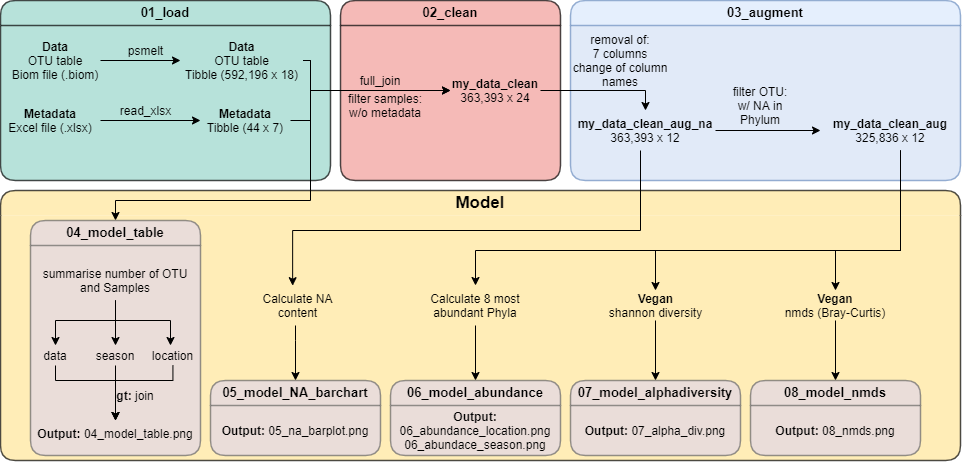
Above: figures/data_flowchart.png in rforbiodatascience21/group_12_project (draw.io), before the change. Source tidied: cells renumbered, new cells last; positions are measured from the earlier drawing's top-left corner, leaving out a move shared by most shapes.
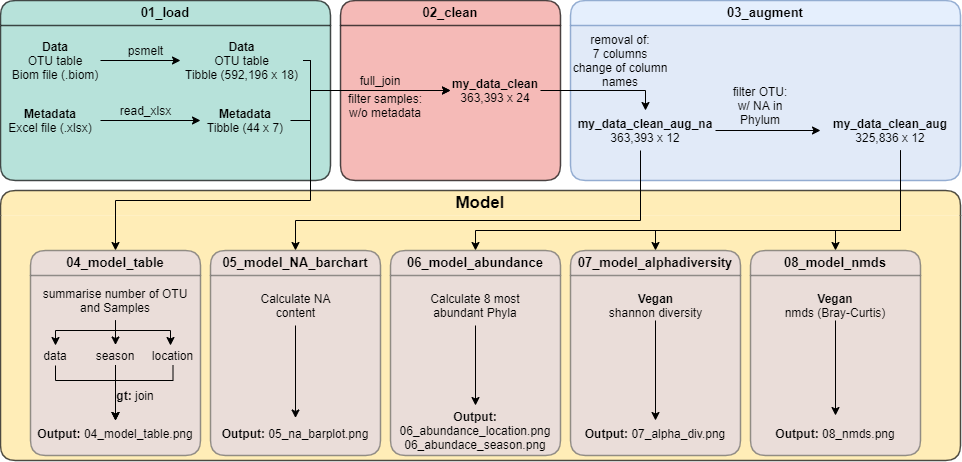
After the commit.

The edit, as a diff of the source:
```diff
@@ -78,11 +78,10 @@
     <mxCell id="21" style="edgeStyle=orthogonalEdgeStyle;rounded=0;jettySize=auto;html=1;exitX=1;exitY=0.5;exitDx=0;exitDy=0;" parent="1" edge="1" source="23" target="28">
       <mxGeometry relative="1" as="geometry" />
     </mxCell>
-    <mxCell id="22" style="edgeStyle=orthogonalEdgeStyle;rounded=0;jettySize=auto;html=1;entryX=0.437;entryY=0.005;entryDx=0;entryDy=0;entryPerimeter=0;" parent="1" edge="1" source="23" target="50">
+    <mxCell id="22" style="edgeStyle=orthogonalEdgeStyle;rounded=0;jettySize=auto;html=1;entryX=0.5;entryY=0;entryDx=0;entryDy=0;" parent="1" edge="1" source="23" target="31">
       <mxGeometry relative="1" as="geometry">
         <Array as="points">
-          <mxPoint x="640" y="230" />
-          <mxPoint x="292" y="230" />
+          <mxPoint x="640" y="220" />
         </Array>
       </mxGeometry>
     </mxCell>
@@ -92,27 +91,27 @@
     <mxCell id="24" value="removal of:&lt;br&gt;7 columns&lt;br&gt;change of column names&lt;br&gt;" style="text;html=1;strokeColor=none;fillColor=none;align=center;verticalAlign=middle;whiteSpace=wrap;rounded=0;labelBackgroundColor=none;opacity=70;" parent="1" vertex="1">
       <mxGeometry x="560" y="30" width="120" height="60" as="geometry" />
     </mxCell>
-    <mxCell id="25" style="edgeStyle=orthogonalEdgeStyle;rounded=0;jettySize=auto;html=1;entryX=0.5;entryY=0;entryDx=0;entryDy=0;" parent="1" edge="1" source="28" target="47">
+    <mxCell id="25" style="edgeStyle=orthogonalEdgeStyle;rounded=0;jettySize=auto;html=1;entryX=0.5;entryY=0;entryDx=0;entryDy=0;" parent="1" edge="1" source="28" target="33">
       <mxGeometry relative="1" as="geometry">
         <Array as="points">
-          <mxPoint x="900" y="250" />
-          <mxPoint x="655" y="250" />
+          <mxPoint x="900" y="230" />
+          <mxPoint x="655" y="230" />
         </Array>
       </mxGeometry>
     </mxCell>
-    <mxCell id="26" style="edgeStyle=orthogonalEdgeStyle;rounded=0;jettySize=auto;html=1;entryX=0.5;entryY=0;entryDx=0;entryDy=0;" parent="1" edge="1" source="28" target="52">
+    <mxCell id="26" style="edgeStyle=orthogonalEdgeStyle;rounded=0;jettySize=auto;html=1;entryX=0.5;entryY=0;entryDx=0;entryDy=0;" parent="1" edge="1" source="28" target="32">
       <mxGeometry relative="1" as="geometry">
         <Array as="points">
-          <mxPoint x="900" y="250" />
-          <mxPoint x="475" y="250" />
+          <mxPoint x="900" y="230" />
+          <mxPoint x="475" y="230" />
         </Array>
       </mxGeometry>
     </mxCell>
-    <mxCell id="27" style="edgeStyle=orthogonalEdgeStyle;rounded=0;jettySize=auto;html=1;" parent="1" edge="1" source="28" target="55">
+    <mxCell id="27" style="edgeStyle=orthogonalEdgeStyle;rounded=0;jettySize=auto;html=1;entryX=0.5;entryY=0;entryDx=0;entryDy=0;" parent="1" edge="1" source="28" target="34">
       <mxGeometry relative="1" as="geometry">
         <Array as="points">
-          <mxPoint x="900" y="250" />
-          <mxPoint x="835" y="250" />
+          <mxPoint x="900" y="230" />
+          <mxPoint x="835" y="230" />
         </Array>
       </mxGeometry>
     </mxCell>
@@ -123,19 +122,19 @@
       <mxGeometry x="730" y="95" width="60" height="20" as="geometry" />
     </mxCell>
     <mxCell id="30" value="&lt;div style=&quot;display: flex ; justify-content: center ; text-align: center ; align-items: baseline ; font-size: 0 ; line-height: 1.25 ; margin-top: -2px&quot;&gt;&lt;span&gt;&lt;span style=&quot;font-size: 13px ; color: #000000 ; font-weight: bold&quot;&gt;04_model_table&lt;/span&gt;&lt;/span&gt;&lt;/div&gt;" style="swimlane;startSize=25;html=1;whiteSpace=wrap;rounded=1;arcSize=20;fontStyle=0;whiteSpace=wrap;overflow=block;blockSpacing=1;fontSize=13;spacing=0;strokeOpacity=100;fillOpacity=100;strokeWidth=1.5;swimlaneFillColor=#E1D5E7;labelBackgroundColor=none;opacity=70;strokeColor=#666666;fontColor=#333333;fillColor=#E1D5E7;" parent="1" vertex="1">
-      <mxGeometry x="30" y="220" width="170" height="235" as="geometry" />
+      <mxGeometry x="30" y="250" width="170" height="205" as="geometry" />
     </mxCell>
     <mxCell id="31" value="&lt;div style=&quot;display: flex ; justify-content: center ; text-align: center ; align-items: baseline ; font-size: 0 ; line-height: 1.25 ; margin-top: -2px&quot;&gt;&lt;span&gt;&lt;span style=&quot;font-size: 13px ; color: #000000 ; font-weight: bold&quot;&gt;05_&lt;/span&gt;&lt;span style=&quot;color: rgb(0 , 0 , 0) ; font-size: 13px ; font-weight: 700&quot;&gt;model_NA_barchart&lt;/span&gt;&lt;/span&gt;&lt;/div&gt;" style="swimlane;startSize=25;html=1;whiteSpace=wrap;rounded=1;arcSize=20;fontStyle=0;whiteSpace=wrap;overflow=block;blockSpacing=1;fontSize=13;spacing=0;strokeOpacity=100;fillOpacity=100;strokeWidth=1.5;swimlaneFillColor=#E1D5E7;labelBackgroundColor=none;opacity=70;strokeColor=#666666;fontColor=#333333;fillColor=#E1D5E7;" parent="1" vertex="1">
-      <mxGeometry x="210" y="380" width="170" height="75" as="geometry" />
+      <mxGeometry x="210" y="250" width="170" height="205" as="geometry" />
     </mxCell>
     <mxCell id="32" value="&lt;div style=&quot;display: flex ; justify-content: center ; text-align: center ; align-items: baseline ; font-size: 0 ; line-height: 1.25 ; margin-top: -2px&quot;&gt;&lt;span&gt;&lt;span style=&quot;font-size: 13px ; color: #000000 ; font-weight: bold&quot;&gt;06_model_abundance&lt;/span&gt;&lt;/span&gt;&lt;/div&gt;" style="swimlane;startSize=25;html=1;whiteSpace=wrap;rounded=1;arcSize=20;fontStyle=0;whiteSpace=wrap;overflow=block;blockSpacing=1;fontSize=13;spacing=0;strokeOpacity=100;fillOpacity=100;strokeWidth=1.5;swimlaneFillColor=#E1D5E7;labelBackgroundColor=none;opacity=70;strokeColor=#666666;fontColor=#333333;fillColor=#E1D5E7;" parent="1" vertex="1">
-      <mxGeometry x="390" y="380" width="170" height="75" as="geometry" />
+      <mxGeometry x="390" y="250" width="170" height="205" as="geometry" />
     </mxCell>
     <mxCell id="33" value="&lt;div style=&quot;display: flex ; justify-content: center ; text-align: center ; align-items: baseline ; font-size: 0 ; line-height: 1.25 ; margin-top: -2px&quot;&gt;&lt;span&gt;&lt;span style=&quot;font-size: 13px ; color: #000000 ; font-weight: bold&quot;&gt;07_model_alphadiversity&lt;/span&gt;&lt;/span&gt;&lt;/div&gt;" style="swimlane;startSize=25;html=1;whiteSpace=wrap;rounded=1;arcSize=20;fontStyle=0;whiteSpace=wrap;overflow=block;blockSpacing=1;fontSize=13;spacing=0;strokeOpacity=100;fillOpacity=100;strokeWidth=1.5;swimlaneFillColor=#E1D5E7;labelBackgroundColor=none;opacity=70;strokeColor=#666666;fontColor=#333333;fillColor=#E1D5E7;" parent="1" vertex="1">
-      <mxGeometry x="570" y="380" width="170" height="75" as="geometry" />
+      <mxGeometry x="570" y="250" width="170" height="205" as="geometry" />
     </mxCell>
     <mxCell id="34" value="&lt;div style=&quot;display: flex ; justify-content: center ; text-align: center ; align-items: baseline ; font-size: 0 ; line-height: 1.25 ; margin-top: -2px&quot;&gt;&lt;span&gt;&lt;span style=&quot;font-size: 13px ; color: #000000 ; font-weight: bold&quot;&gt;08_model_nmds&lt;/span&gt;&lt;/span&gt;&lt;/div&gt;" style="swimlane;startSize=25;html=1;whiteSpace=wrap;rounded=1;arcSize=20;fontStyle=0;whiteSpace=wrap;overflow=block;blockSpacing=1;fontSize=13;spacing=0;strokeOpacity=100;fillOpacity=100;strokeWidth=1.5;swimlaneFillColor=#E1D5E7;labelBackgroundColor=none;opacity=70;strokeColor=#666666;fontColor=#333333;fillColor=#E1D5E7;" parent="1" vertex="1">
-      <mxGeometry x="750" y="380" width="170" height="75" as="geometry" />
+      <mxGeometry x="750" y="250" width="170" height="205" as="geometry" />
     </mxCell>
     <mxCell id="35" style="edgeStyle=orthogonalEdgeStyle;rounded=0;jettySize=auto;html=1;" parent="1" edge="1" source="38" target="40">
       <mxGeometry relative="1" as="geometry" />
@@ -143,27 +142,27 @@
     <mxCell id="36" style="edgeStyle=orthogonalEdgeStyle;rounded=0;jettySize=auto;html=1;entryX=0.5;entryY=0;entryDx=0;entryDy=0;" parent="1" edge="1" source="38" target="42">
       <mxGeometry relative="1" as="geometry">
         <Array as="points">
-          <mxPoint x="115" y="320" />
-          <mxPoint x="55" y="320" />
+          <mxPoint x="115" y="330" />
+          <mxPoint x="55" y="330" />
         </Array>
       </mxGeometry>
     </mxCell>
     <mxCell id="37" style="edgeStyle=orthogonalEdgeStyle;rounded=0;jettySize=auto;html=1;" parent="1" edge="1" source="38" target="44">
       <mxGeometry relative="1" as="geometry">
         <Array as="points">
-          <mxPoint x="115" y="320" />
-          <mxPoint x="170" y="320" />
+          <mxPoint x="115" y="330" />
+          <mxPoint x="170" y="330" />
         </Array>
       </mxGeometry>
     </mxCell>
     <mxCell id="38" value="summarise number of OTU and Samples" style="text;html=1;strokeColor=none;fillColor=none;align=center;verticalAlign=middle;whiteSpace=wrap;rounded=0;" parent="1" vertex="1">
-      <mxGeometry x="35" y="260" width="160" height="40" as="geometry" />
+      <mxGeometry x="35" y="280" width="160" height="40" as="geometry" />
     </mxCell>
     <mxCell id="39" style="edgeStyle=orthogonalEdgeStyle;rounded=0;jettySize=auto;html=1;" parent="1" edge="1" source="40" target="57">
       <mxGeometry relative="1" as="geometry" />
     </mxCell>
     <mxCell id="40" value="season" style="text;html=1;strokeColor=none;fillColor=none;align=center;verticalAlign=middle;whiteSpace=wrap;rounded=0;" parent="1" vertex="1">
-      <mxGeometry x="75" y="345" width="80" height="20" as="geometry" />
+      <mxGeometry x="75" y="344.5" width="80" height="20" as="geometry" />
     </mxCell>
     <mxCell id="41" style="edgeStyle=orthogonalEdgeStyle;rounded=0;jettySize=auto;html=1;entryX=0.5;entryY=0;entryDx=0;entryDy=0;" parent="1" edge="1" source="42" target="57">
       <mxGeometry relative="1" as="geometry">
@@ -188,47 +187,40 @@
       <mxGeometry x="150" y="345" width="45" height="20" as="geometry" />
     </mxCell>
     <mxCell id="45" value="&lt;b&gt;Output: &lt;/b&gt;05_na_barplot.png" style="text;html=1;strokeColor=none;fillColor=none;align=center;verticalAlign=middle;whiteSpace=wrap;rounded=0;" parent="1" vertex="1">
-      <mxGeometry x="210" y="405" width="170" height="50" as="geometry" />
+      <mxGeometry x="210" y="417.5" width="170" height="30" as="geometry" />
     </mxCell>
-    <mxCell id="46" style="edgeStyle=orthogonalEdgeStyle;rounded=0;jettySize=auto;html=1;entryX=0.5;entryY=0;entryDx=0;entryDy=0;" parent="1" edge="1" source="47" target="33">
-      <mxGeometry relative="1" as="geometry" />
-    </mxCell>
+    <mxCell id="59" style="edgeStyle=orthogonalEdgeStyle;rounded=0;jettySize=auto;html=1;" parent="1" edge="1" source="47" target="48">
+      <mxGeometry relative="1" as="geometry" />
+    </mxCell>
     <mxCell id="47" value="&lt;b&gt;Vegan&lt;br&gt;&lt;/b&gt;shannon diversity" style="text;html=1;strokeColor=none;fillColor=none;align=center;verticalAlign=middle;whiteSpace=wrap;rounded=0;" parent="1" vertex="1">
       <mxGeometry x="592.5" y="290" width="125" height="30" as="geometry" />
     </mxCell>
     <mxCell id="48" value="&lt;b&gt;Output: &lt;/b&gt;07_alpha_div.png" style="text;html=1;strokeColor=none;fillColor=none;align=center;verticalAlign=middle;whiteSpace=wrap;rounded=0;" parent="1" vertex="1">
-      <mxGeometry x="570" y="405" width="170" height="50" as="geometry" />
+      <mxGeometry x="570" y="420" width="170" height="25" as="geometry" />
     </mxCell>
-    <mxCell id="49" style="edgeStyle=orthogonalEdgeStyle;rounded=0;jettySize=auto;html=1;entryX=0.5;entryY=0;entryDx=0;entryDy=0;" parent="1" edge="1" source="50" target="31">
-      <mxGeometry relative="1" as="geometry">
-        <Array as="points">
-          <mxPoint x="295" y="340" />
-          <mxPoint x="295" y="340" />
-        </Array>
-      </mxGeometry>
-    </mxCell>
+    <mxCell id="60" style="edgeStyle=orthogonalEdgeStyle;rounded=0;jettySize=auto;html=1;" parent="1" edge="1" source="50" target="45">
+      <mxGeometry relative="1" as="geometry" />
+    </mxCell>
     <mxCell id="50" value="Calculate NA content" style="text;html=1;strokeColor=none;fillColor=none;align=center;verticalAlign=middle;whiteSpace=wrap;rounded=0;" parent="1" vertex="1">
-      <mxGeometry x="255" y="285" width="85" height="40" as="geometry" />
+      <mxGeometry x="252.5" y="285" width="85" height="40" as="geometry" />
     </mxCell>
-    <mxCell id="51" style="edgeStyle=orthogonalEdgeStyle;rounded=0;jettySize=auto;html=1;entryX=0.5;entryY=0;entryDx=0;entryDy=0;" parent="1" edge="1" source="52" target="32">
-      <mxGeometry relative="1" as="geometry" />
-    </mxCell>
+    <mxCell id="61" style="edgeStyle=orthogonalEdgeStyle;rounded=0;jettySize=auto;html=1;entryX=0.5;entryY=0;entryDx=0;entryDy=0;" parent="1" edge="1" source="52" target="53">
+      <mxGeometry relative="1" as="geometry" />
+    </mxCell>
     <mxCell id="52" value="Calculate 8 most abundant Phyla" style="text;html=1;strokeColor=none;fillColor=none;align=center;verticalAlign=middle;whiteSpace=wrap;rounded=0;" parent="1" vertex="1">
       <mxGeometry x="425" y="285" width="100" height="40" as="geometry" />
     </mxCell>
     <mxCell id="53" value="&lt;b&gt;Output: &lt;/b&gt;06_abundance_location.png&lt;br&gt;06_abundace_season.png" style="text;html=1;strokeColor=none;fillColor=none;align=center;verticalAlign=middle;whiteSpace=wrap;rounded=0;" parent="1" vertex="1">
       <mxGeometry x="390" y="405" width="170" height="50" as="geometry" />
     </mxCell>
-    <mxCell id="54" style="edgeStyle=orthogonalEdgeStyle;rounded=0;jettySize=auto;html=1;" parent="1" edge="1" source="55">
-      <mxGeometry relative="1" as="geometry">
-        <mxPoint x="835" y="380" as="targetPoint" />
-      </mxGeometry>
-    </mxCell>
+    <mxCell id="62" style="edgeStyle=orthogonalEdgeStyle;rounded=0;jettySize=auto;html=1;" parent="1" edge="1" source="55" target="56">
+      <mxGeometry relative="1" as="geometry" />
+    </mxCell>
     <mxCell id="55" value="&lt;b&gt;Vegan&lt;/b&gt;&lt;br&gt;nmds (Bray-Curtis)" style="text;html=1;strokeColor=none;fillColor=none;align=center;verticalAlign=middle;whiteSpace=wrap;rounded=0;" parent="1" vertex="1">
       <mxGeometry x="765" y="290" width="140" height="30" as="geometry" />
     </mxCell>
     <mxCell id="56" value="&lt;b&gt;Output: &lt;/b&gt;08_nmds.png" style="text;html=1;strokeColor=none;fillColor=none;align=center;verticalAlign=middle;whiteSpace=wrap;rounded=0;" parent="1" vertex="1">
-      <mxGeometry x="750" y="405" width="170" height="50" as="geometry" />
+      <mxGeometry x="750" y="415" width="170" height="35" as="geometry" />
     </mxCell>
     <mxCell id="57" value="&lt;b&gt;Output: &lt;/b&gt;04_model_table.png" style="text;html=1;strokeColor=none;fillColor=none;align=center;verticalAlign=middle;whiteSpace=wrap;rounded=0;" parent="1" vertex="1">
       <mxGeometry x="30" y="420" width="170" height="25" as="geometry" />
```
